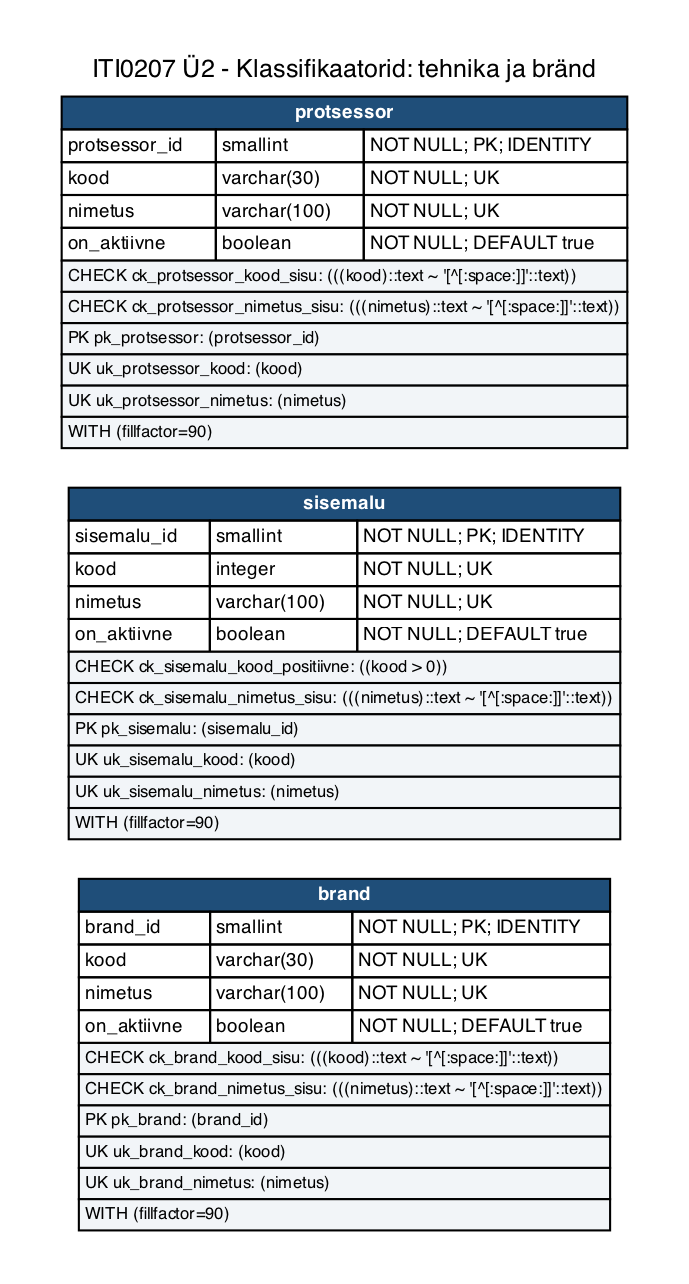
Above: iti0207-epood/docs/diagrams/u2-01d-klassifikaatorid-tehnika.png in tamkivi/andmebaasid-projekt (Graphviz), before the change. Its source is kept beside it as iti0207-epood/docs/diagrams/u2-01d-klassifikaatorid-tehnika.dot.
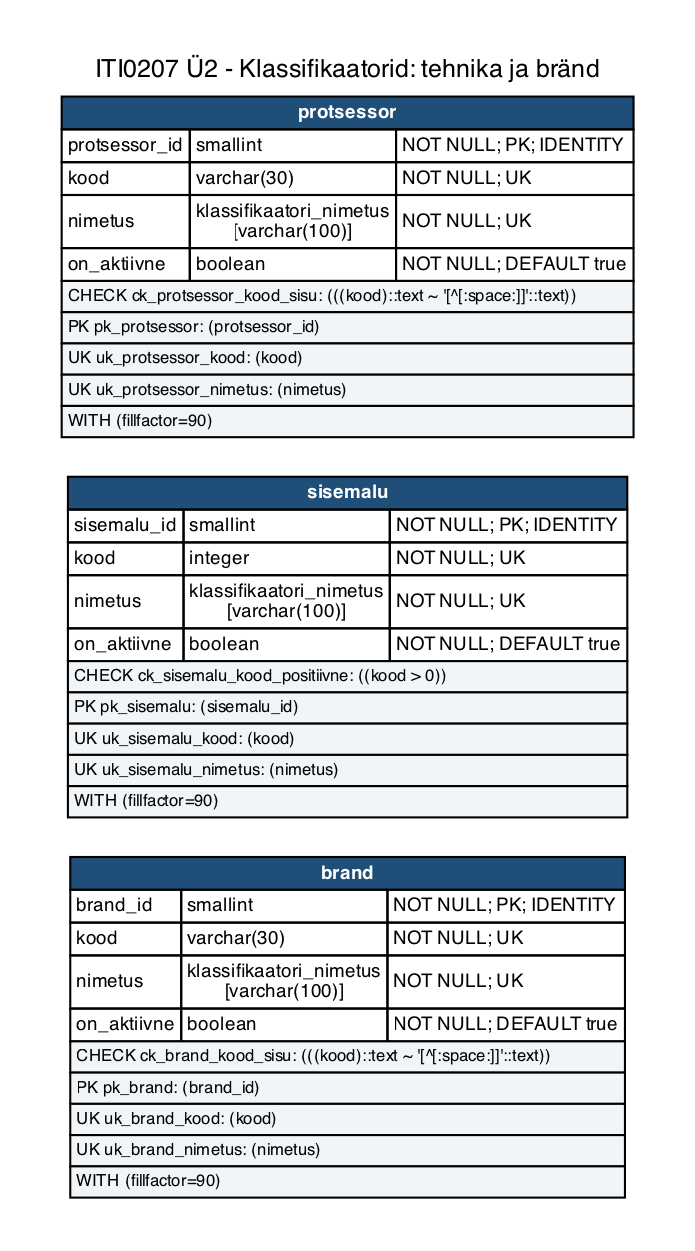
Later version of the same file.

The edit, as a diff of the source:
```diff
@@ -5,9 +5,9 @@
   edge [color="#667788", dir=none, fontsize=8, fontname=Helvetica];
   labelloc="t";
   label="ITI0207 Ü2 - Klassifikaatorid: tehnika ja bränd";
-  "protsessor" [label=<<TABLE BORDER="0" CELLBORDER="1" CELLSPACING="0" CELLPADDING="2"><TR><TD COLSPAN="3" BGCOLOR="#1f4e79"><FONT COLOR="white"><B>protsessor</B></FONT></TD></TR><TR><TD ALIGN="LEFT">protsessor_id</TD><TD ALIGN="LEFT">smallint</TD><TD ALIGN="LEFT">NOT NULL; PK; IDENTITY</TD></TR><TR><TD ALIGN="LEFT">kood</TD><TD ALIGN="LEFT">varchar(30)</TD><TD ALIGN="LEFT">NOT NULL; UK</TD></TR><TR><TD ALIGN="LEFT">nimetus</TD><TD ALIGN="LEFT">varchar(100)</TD><TD ALIGN="LEFT">NOT NULL; UK</TD></TR><TR><TD ALIGN="LEFT">on_aktiivne</TD><TD ALIGN="LEFT">boolean</TD><TD ALIGN="LEFT">NOT NULL; DEFAULT true</TD></TR><TR><TD COLSPAN="3" ALIGN="LEFT" BGCOLOR="#f2f5f8"><FONT POINT-SIZE="8">CHECK ck_protsessor_kood_sisu: (((kood)::text ~ &#x27;[^[:space:]]&#x27;::text))</FONT></TD></TR><TR><TD COLSPAN="3" ALIGN="LEFT" BGCOLOR="#f2f5f8"><FONT POINT-SIZE="8">CHECK ck_protsessor_nimetus_sisu: (((nimetus)::text ~ &#x27;[^[:space:]]&#x27;::text))</FONT></TD></TR><TR><TD COLSPAN="3" ALIGN="LEFT" BGCOLOR="#f2f5f8"><FONT POINT-SIZE="8">PK pk_protsessor: (protsessor_id)</FONT></TD></TR><TR><TD COLSPAN="3" ALIGN="LEFT" BGCOLOR="#f2f5f8"><FONT POINT-SIZE="8">UK uk_protsessor_kood: (kood)</FONT></TD></TR><TR><TD COLSPAN="3" ALIGN="LEFT" BGCOLOR="#f2f5f8"><FONT POINT-SIZE="8">UK uk_protsessor_nimetus: (nimetus)</FONT></TD></TR><TR><TD COLSPAN="3" ALIGN="LEFT" BGCOLOR="#f2f5f8"><FONT POINT-SIZE="8">WITH (fillfactor=90)</FONT></TD></TR></TABLE>>];
-  "sisemalu" [label=<<TABLE BORDER="0" CELLBORDER="1" CELLSPACING="0" CELLPADDING="2"><TR><TD COLSPAN="3" BGCOLOR="#1f4e79"><FONT COLOR="white"><B>sisemalu</B></FONT></TD></TR><TR><TD ALIGN="LEFT">sisemalu_id</TD><TD ALIGN="LEFT">smallint</TD><TD ALIGN="LEFT">NOT NULL; PK; IDENTITY</TD></TR><TR><TD ALIGN="LEFT">kood</TD><TD ALIGN="LEFT">integer</TD><TD ALIGN="LEFT">NOT NULL; UK</TD></TR><TR><TD ALIGN="LEFT">nimetus</TD><TD ALIGN="LEFT">varchar(100)</TD><TD ALIGN="LEFT">NOT NULL; UK</TD></TR><TR><TD ALIGN="LEFT">on_aktiivne</TD><TD ALIGN="LEFT">boolean</TD><TD ALIGN="LEFT">NOT NULL; DEFAULT true</TD></TR><TR><TD COLSPAN="3" ALIGN="LEFT" BGCOLOR="#f2f5f8"><FONT POINT-SIZE="8">CHECK ck_sisemalu_kood_positiivne: ((kood &gt; 0))</FONT></TD></TR><TR><TD COLSPAN="3" ALIGN="LEFT" BGCOLOR="#f2f5f8"><FONT POINT-SIZE="8">CHECK ck_sisemalu_nimetus_sisu: (((nimetus)::text ~ &#x27;[^[:space:]]&#x27;::text))</FONT></TD></TR><TR><TD COLSPAN="3" ALIGN="LEFT" BGCOLOR="#f2f5f8"><FONT POINT-SIZE="8">PK pk_sisemalu: (sisemalu_id)</FONT></TD></TR><TR><TD COLSPAN="3" ALIGN="LEFT" BGCOLOR="#f2f5f8"><FONT POINT-SIZE="8">UK uk_sisemalu_kood: (kood)</FONT></TD></TR><TR><TD COLSPAN="3" ALIGN="LEFT" BGCOLOR="#f2f5f8"><FONT POINT-SIZE="8">UK uk_sisemalu_nimetus: (nimetus)</FONT></TD></TR><TR><TD COLSPAN="3" ALIGN="LEFT" BGCOLOR="#f2f5f8"><FONT POINT-SIZE="8">WITH (fillfactor=90)</FONT></TD></TR></TABLE>>];
-  "brand" [label=<<TABLE BORDER="0" CELLBORDER="1" CELLSPACING="0" CELLPADDING="2"><TR><TD COLSPAN="3" BGCOLOR="#1f4e79"><FONT COLOR="white"><B>brand</B></FONT></TD></TR><TR><TD ALIGN="LEFT">brand_id</TD><TD ALIGN="LEFT">smallint</TD><TD ALIGN="LEFT">NOT NULL; PK; IDENTITY</TD></TR><TR><TD ALIGN="LEFT">kood</TD><TD ALIGN="LEFT">varchar(30)</TD><TD ALIGN="LEFT">NOT NULL; UK</TD></TR><TR><TD ALIGN="LEFT">nimetus</TD><TD ALIGN="LEFT">varchar(100)</TD><TD ALIGN="LEFT">NOT NULL; UK</TD></TR><TR><TD ALIGN="LEFT">on_aktiivne</TD><TD ALIGN="LEFT">boolean</TD><TD ALIGN="LEFT">NOT NULL; DEFAULT true</TD></TR><TR><TD COLSPAN="3" ALIGN="LEFT" BGCOLOR="#f2f5f8"><FONT POINT-SIZE="8">CHECK ck_brand_kood_sisu: (((kood)::text ~ &#x27;[^[:space:]]&#x27;::text))</FONT></TD></TR><TR><TD COLSPAN="3" ALIGN="LEFT" BGCOLOR="#f2f5f8"><FONT POINT-SIZE="8">CHECK ck_brand_nimetus_sisu: (((nimetus)::text ~ &#x27;[^[:space:]]&#x27;::text))</FONT></TD></TR><TR><TD COLSPAN="3" ALIGN="LEFT" BGCOLOR="#f2f5f8"><FONT POINT-SIZE="8">PK pk_brand: (brand_id)</FONT></TD></TR><TR><TD COLSPAN="3" ALIGN="LEFT" BGCOLOR="#f2f5f8"><FONT POINT-SIZE="8">UK uk_brand_kood: (kood)</FONT></TD></TR><TR><TD COLSPAN="3" ALIGN="LEFT" BGCOLOR="#f2f5f8"><FONT POINT-SIZE="8">UK uk_brand_nimetus: (nimetus)</FONT></TD></TR><TR><TD COLSPAN="3" ALIGN="LEFT" BGCOLOR="#f2f5f8"><FONT POINT-SIZE="8">WITH (fillfactor=90)</FONT></TD></TR></TABLE>>];
+  "protsessor" [label=<<TABLE BORDER="0" CELLBORDER="1" CELLSPACING="0" CELLPADDING="2"><TR><TD COLSPAN="3" BGCOLOR="#1f4e79"><FONT COLOR="white"><B>protsessor</B></FONT></TD></TR><TR><TD ALIGN="LEFT">protsessor_id</TD><TD ALIGN="LEFT">smallint</TD><TD ALIGN="LEFT">NOT NULL; PK; IDENTITY</TD></TR><TR><TD ALIGN="LEFT">kood</TD><TD ALIGN="LEFT">varchar(30)</TD><TD ALIGN="LEFT">NOT NULL; UK</TD></TR><TR><TD ALIGN="LEFT">nimetus</TD><TD ALIGN="LEFT">klassifikaatori_nimetus<BR/>[varchar(100)]</TD><TD ALIGN="LEFT">NOT NULL; UK</TD></TR><TR><TD ALIGN="LEFT">on_aktiivne</TD><TD ALIGN="LEFT">boolean</TD><TD ALIGN="LEFT">NOT NULL; DEFAULT true</TD></TR><TR><TD COLSPAN="3" ALIGN="LEFT" BGCOLOR="#f2f5f8"><FONT POINT-SIZE="8">CHECK ck_protsessor_kood_sisu: (((kood)::text ~ &#x27;[^[:space:]]&#x27;::text))</FONT></TD></TR><TR><TD COLSPAN="3" ALIGN="LEFT" BGCOLOR="#f2f5f8"><FONT POINT-SIZE="8">PK pk_protsessor: (protsessor_id)</FONT></TD></TR><TR><TD COLSPAN="3" ALIGN="LEFT" BGCOLOR="#f2f5f8"><FONT POINT-SIZE="8">UK uk_protsessor_kood: (kood)</FONT></TD></TR><TR><TD COLSPAN="3" ALIGN="LEFT" BGCOLOR="#f2f5f8"><FONT POINT-SIZE="8">UK uk_protsessor_nimetus: (nimetus)</FONT></TD></TR><TR><TD COLSPAN="3" ALIGN="LEFT" BGCOLOR="#f2f5f8"><FONT POINT-SIZE="8">WITH (fillfactor=90)</FONT></TD></TR></TABLE>>];
+  "sisemalu" [label=<<TABLE BORDER="0" CELLBORDER="1" CELLSPACING="0" CELLPADDING="2"><TR><TD COLSPAN="3" BGCOLOR="#1f4e79"><FONT COLOR="white"><B>sisemalu</B></FONT></TD></TR><TR><TD ALIGN="LEFT">sisemalu_id</TD><TD ALIGN="LEFT">smallint</TD><TD ALIGN="LEFT">NOT NULL; PK; IDENTITY</TD></TR><TR><TD ALIGN="LEFT">kood</TD><TD ALIGN="LEFT">integer</TD><TD ALIGN="LEFT">NOT NULL; UK</TD></TR><TR><TD ALIGN="LEFT">nimetus</TD><TD ALIGN="LEFT">klassifikaatori_nimetus<BR/>[varchar(100)]</TD><TD ALIGN="LEFT">NOT NULL; UK</TD></TR><TR><TD ALIGN="LEFT">on_aktiivne</TD><TD ALIGN="LEFT">boolean</TD><TD ALIGN="LEFT">NOT NULL; DEFAULT true</TD></TR><TR><TD COLSPAN="3" ALIGN="LEFT" BGCOLOR="#f2f5f8"><FONT POINT-SIZE="8">CHECK ck_sisemalu_kood_positiivne: ((kood &gt; 0))</FONT></TD></TR><TR><TD COLSPAN="3" ALIGN="LEFT" BGCOLOR="#f2f5f8"><FONT POINT-SIZE="8">PK pk_sisemalu: (sisemalu_id)</FONT></TD></TR><TR><TD COLSPAN="3" ALIGN="LEFT" BGCOLOR="#f2f5f8"><FONT POINT-SIZE="8">UK uk_sisemalu_kood: (kood)</FONT></TD></TR><TR><TD COLSPAN="3" ALIGN="LEFT" BGCOLOR="#f2f5f8"><FONT POINT-SIZE="8">UK uk_sisemalu_nimetus: (nimetus)</FONT></TD></TR><TR><TD COLSPAN="3" ALIGN="LEFT" BGCOLOR="#f2f5f8"><FONT POINT-SIZE="8">WITH (fillfactor=90)</FONT></TD></TR></TABLE>>];
+  "brand" [label=<<TABLE BORDER="0" CELLBORDER="1" CELLSPACING="0" CELLPADDING="2"><TR><TD COLSPAN="3" BGCOLOR="#1f4e79"><FONT COLOR="white"><B>brand</B></FONT></TD></TR><TR><TD ALIGN="LEFT">brand_id</TD><TD ALIGN="LEFT">smallint</TD><TD ALIGN="LEFT">NOT NULL; PK; IDENTITY</TD></TR><TR><TD ALIGN="LEFT">kood</TD><TD ALIGN="LEFT">varchar(30)</TD><TD ALIGN="LEFT">NOT NULL; UK</TD></TR><TR><TD ALIGN="LEFT">nimetus</TD><TD ALIGN="LEFT">klassifikaatori_nimetus<BR/>[varchar(100)]</TD><TD ALIGN="LEFT">NOT NULL; UK</TD></TR><TR><TD ALIGN="LEFT">on_aktiivne</TD><TD ALIGN="LEFT">boolean</TD><TD ALIGN="LEFT">NOT NULL; DEFAULT true</TD></TR><TR><TD COLSPAN="3" ALIGN="LEFT" BGCOLOR="#f2f5f8"><FONT POINT-SIZE="8">CHECK ck_brand_kood_sisu: (((kood)::text ~ &#x27;[^[:space:]]&#x27;::text))</FONT></TD></TR><TR><TD COLSPAN="3" ALIGN="LEFT" BGCOLOR="#f2f5f8"><FONT POINT-SIZE="8">PK pk_brand: (brand_id)</FONT></TD></TR><TR><TD COLSPAN="3" ALIGN="LEFT" BGCOLOR="#f2f5f8"><FONT POINT-SIZE="8">UK uk_brand_kood: (kood)</FONT></TD></TR><TR><TD COLSPAN="3" ALIGN="LEFT" BGCOLOR="#f2f5f8"><FONT POINT-SIZE="8">UK uk_brand_nimetus: (nimetus)</FONT></TD></TR><TR><TD COLSPAN="3" ALIGN="LEFT" BGCOLOR="#f2f5f8"><FONT POINT-SIZE="8">WITH (fillfactor=90)</FONT></TD></TR></TABLE>>];
   "protsessor" -> "sisemalu" [style=invis, weight=100];
   "sisemalu" -> "brand" [style=invis, weight=100];
 }
```
